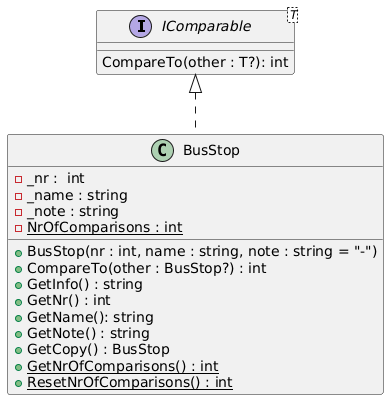
Before: src/assets/img/kmom02/KlassdiagramKmom02Uppgift.png, a diagram exported from PlantUML (bbe-work/bbe-work.github.io).
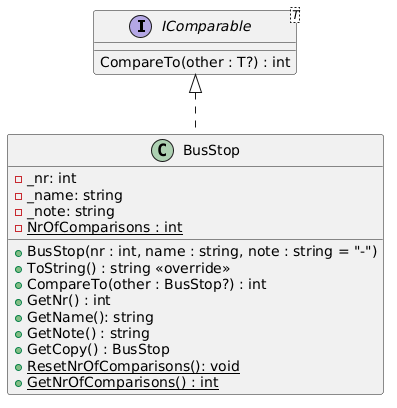
The same file after the commit.

Diff of the diagram source:
```diff
@@ -1,26 +1,23 @@
 @startuml
-interface IComparable<T>
-{
-    CompareTo(other : T?): int
+IComparable <|.. BusStop
+
+class BusStop {
+ - _nr: int
+ - _name: string
+ - _note: string
+ - NrOfComparisons : int {static}
+ + BusStop(nr : int, name : string, note : string = "-")
+ + ToString() : string <<override>>
+ + CompareTo(other : BusStop?) : int
+ + GetNr() : int
+ + GetName(): string
+ + GetNote() : string
+ + GetCopy() : BusStop
+ + ResetNrOfComparisons(): void {static}
+ + GetNrOfComparisons() : int {static}
 }
 
-class BusStop
-{
-    - _nr :  int
-    - _name : string
-    - _note : string
-    - {static} NrOfComparisons : int
-
-    + BusStop(nr : int, name : string, note : string = "-")
-    + CompareTo(other : BusStop?) : int
-    + GetInfo() : string
-    + GetNr() : int
-    + GetName(): string
-    + GetNote() : string
-    + GetCopy() : BusStop
-    + {static} GetNrOfComparisons() : int
-    + {static} ResetNrOfComparisons() : int
+interface IComparable<T> {
+ CompareTo(other : T?) : int
 }
-
-IComparable <|.. BusStop
 @enduml
```
